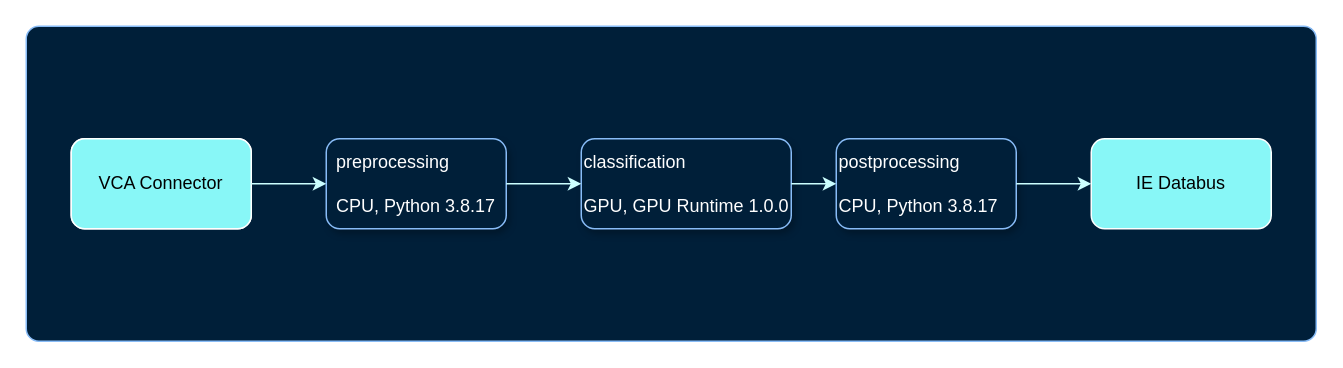
Before: howto-guides/images/dataflow.drawio in industrial-edge/ai-sdk-tutorials, a draw.io diagram. Source tidied: cells renumbered, new cells numbered last; positions are measured from the earlier drawing's top-left corner, leaving out a move shared by most shapes. Both pictures are drawn from the tidied source at 150%, with x=0, y=0 at pixel (26, 26).
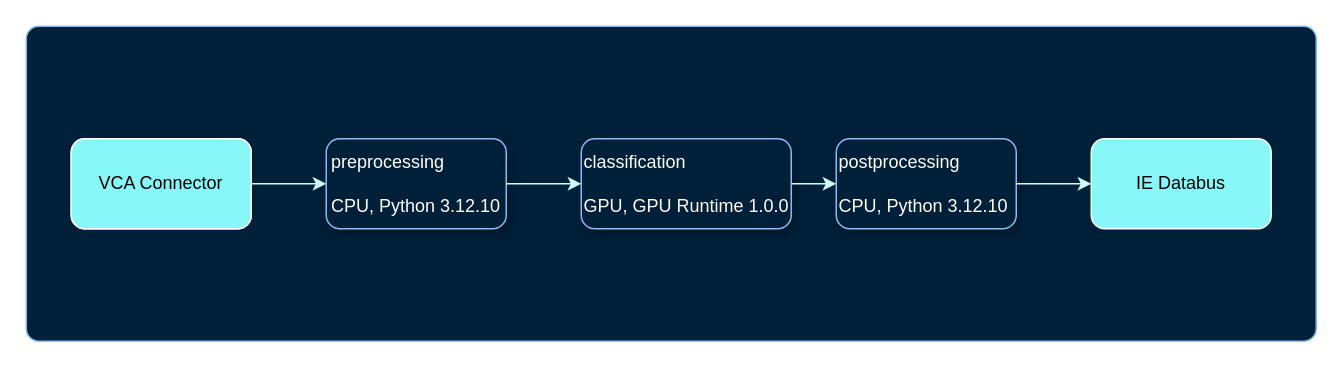
Above is the later version.

Diff of the diagram source:
```diff
@@
 <mxGraphModel>
   <root>
     <mxCell id="0" />
     <mxCell id="1" parent="0" />
     <mxCell id="2" style="rounded=1;whiteSpace=wrap;html=1;shadow=0;strokeColor=#88BCF7;fillColor=#001f39;arcSize=4;" parent="1" vertex="1">
       <mxGeometry width="860" height="210" as="geometry" />
     </mxCell>
     <mxCell id="3" value="VCA Connector" style="rounded=1;whiteSpace=wrap;html=1;fillColor=#88F7F7;strokeColor=#FFFFFF;" parent="1" vertex="1">
       <mxGeometry x="30" y="75" width="120" height="60" as="geometry" />
     </mxCell>
     <mxCell id="4" value="IE Databus" style="rounded=1;whiteSpace=wrap;html=1;fillColor=#88F7F7;strokeColor=#FFFFFF;" parent="1" vertex="1">
       <mxGeometry x="710" y="75" width="120" height="60" as="geometry" />
     </mxCell>
     <mxCell id="5" value="VCA Connector" style="rounded=1;whiteSpace=wrap;html=1;fillColor=#88F7F7;strokeColor=#FFFFFF;" parent="1" vertex="1">
       <mxGeometry x="30" y="75" width="120" height="60" as="geometry" />
     </mxCell>
-    <mxCell id="6" value="&lt;div style=&quot;text-align: left;&quot;&gt;&lt;span style=&quot;color: rgb(255, 255, 255); background-color: initial;&quot;&gt;preprocessing&lt;/span&gt;&lt;/div&gt;&lt;div style=&quot;text-align: left;&quot;&gt;&lt;span style=&quot;color: rgb(255, 255, 255); background-color: initial;&quot;&gt;&lt;br&gt;&lt;/span&gt;&lt;/div&gt;&lt;font style=&quot;&quot; color=&quot;#ffffff&quot;&gt;CPU, Python 3.8.17&lt;/font&gt;" style="rounded=1;whiteSpace=wrap;html=1;strokeColor=#88BCF7;fillColor=#001f39;shadow=1;" parent="1" vertex="1">
+    <mxCell id="6" value="&lt;div style=&quot;text-align: left;&quot;&gt;&lt;span style=&quot;color: rgb(255, 255, 255); background-color: initial;&quot;&gt;preprocessing&lt;/span&gt;&lt;/div&gt;&lt;div style=&quot;text-align: left;&quot;&gt;&lt;span style=&quot;color: rgb(255, 255, 255); background-color: initial;&quot;&gt;&lt;br&gt;&lt;/span&gt;&lt;/div&gt;&lt;font color=&quot;#ffffff&quot;&gt;CPU, Python 3.12.10&lt;/font&gt;" style="rounded=1;whiteSpace=wrap;html=1;strokeColor=#88BCF7;fillColor=#001f39;shadow=1;" parent="1" vertex="1">
       <mxGeometry x="200" y="75" width="120" height="60" as="geometry" />
     </mxCell>
     <mxCell id="7" value="&lt;font style=&quot;&quot; color=&quot;#ffffff&quot;&gt;classification&lt;br&gt;&lt;br&gt;GPU, GPU Runtime 1.0.0&lt;/font&gt;" style="rounded=1;whiteSpace=wrap;html=1;strokeColor=#88BCF7;fillColor=#001f39;shadow=1;align=left;" parent="1" vertex="1">
       <mxGeometry x="370" y="75" width="140" height="60" as="geometry" />
     </mxCell>
-    <mxCell id="8" value="&lt;span&gt;&lt;font color=&quot;#ffffff&quot;&gt;postprocessing&lt;br&gt;&lt;br&gt;CPU, Python 3.8.17&lt;/font&gt;&lt;br&gt;&lt;/span&gt;" style="rounded=1;whiteSpace=wrap;html=1;strokeColor=#88BCF7;fillColor=#001f39;shadow=1;fontStyle=0;align=left;" parent="1" vertex="1">
+    <mxCell id="8" value="&lt;span&gt;&lt;font color=&quot;#ffffff&quot;&gt;postprocessing&lt;br&gt;&lt;br&gt;CPU, Python 3.12.10&lt;/font&gt;&lt;br&gt;&lt;/span&gt;" style="rounded=1;whiteSpace=wrap;html=1;strokeColor=#88BCF7;fillColor=#001f39;shadow=1;fontStyle=0;align=left;" parent="1" vertex="1">
       <mxGeometry x="540" y="75" width="120" height="60" as="geometry" />
     </mxCell>
     <mxCell id="9" style="endArrow=classic;html=1;fontColor=#FFFFFF;strokeColor=#CCFFFF;entryX=0;entryY=0.5;entryDx=0;entryDy=0;exitX=1;exitY=0.5;exitDx=0;exitDy=0;" parent="1" edge="1" source="7" target="8">
       <mxGeometry relative="1" as="geometry" />
     </mxCell>
     <mxCell id="10" style="endArrow=classic;html=1;fontColor=#FFFFFF;strokeColor=#CCFFFF;exitX=1;exitY=0.5;exitDx=0;exitDy=0;" parent="1" edge="1" source="8">
       <mxGeometry relative="1" as="geometry">
         <mxPoint x="710" y="105" as="targetPoint" />
       </mxGeometry>
     </mxCell>
     <mxCell id="11" style="endArrow=classic;html=1;fontColor=#FFFFFF;strokeColor=#CCFFFF;entryX=0;entryY=0.5;entryDx=0;entryDy=0;exitX=1;exitY=0.5;exitDx=0;exitDy=0;" parent="1" edge="1" source="6" target="7">
       <mxGeometry relative="1" as="geometry" />
     </mxCell>
     <mxCell id="12" style="endArrow=classic;html=1;fontColor=#FFFFFF;strokeColor=#CCFFFF;entryX=0;entryY=0.5;entryDx=0;entryDy=0;exitX=1;exitY=0.5;exitDx=0;exitDy=0;" parent="1" edge="1" source="5" target="6">
       <mxGeometry relative="1" as="geometry" />
     </mxCell>
   </root>
 </mxGraphModel>
```
